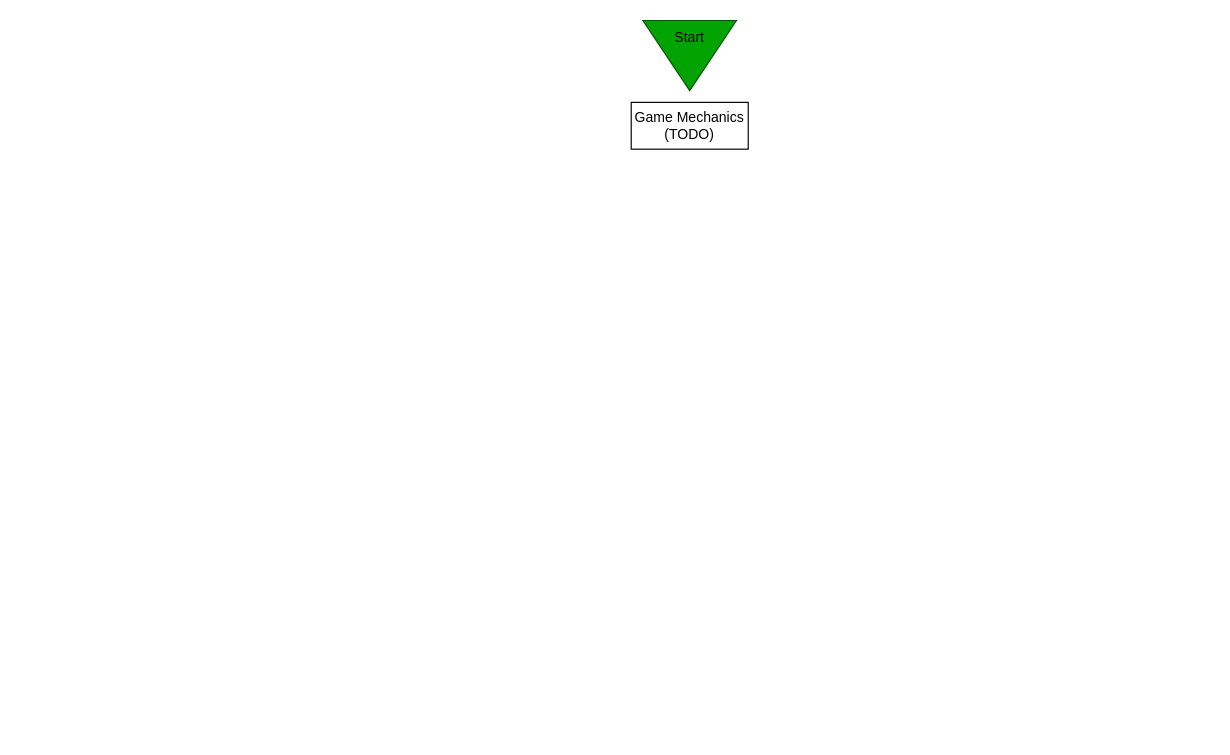
Before: page "Game Mechanics" (6 of 6) of Lesson Diagram.drawio in Kuggo/UnivOREsity, a draw.io diagram. Source tidied: cells renumbered, new cells numbered last; positions are measured from the earlier drawing's top-left corner, leaving out a move shared by most shapes. Both pictures are drawn from the tidied source at 117%, with x=0, y=0 at pixel (631, 8).
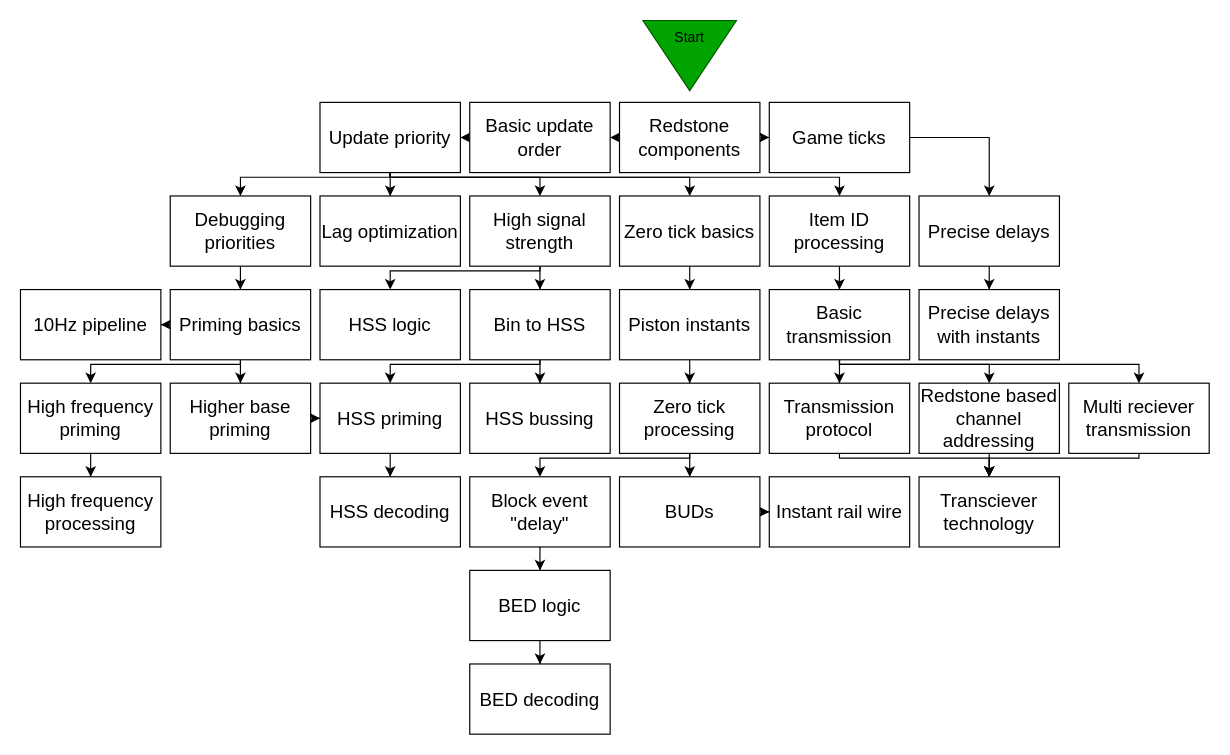
After the change.

The edit, as a diff of the source:
```diff
@@
-    <mxCell id="2" value="Game Mechanics&lt;br&gt;(TODO)" style="rounded=0;whiteSpace=wrap;html=1;" parent="1" vertex="1">
-      <mxGeometry y="80" width="100" height="40" as="geometry" />
-    </mxCell>
@@
+    <mxCell id="5" style="edgeStyle=orthogonalEdgeStyle;rounded=0;jettySize=auto;html=1;entryX=1;entryY=0.5;entryDx=0;entryDy=0;" parent="1" edge="1" source="7" target="9">
+      <mxGeometry relative="1" as="geometry" />
+    </mxCell>
+    <mxCell id="6" style="edgeStyle=orthogonalEdgeStyle;rounded=0;jettySize=auto;html=1;entryX=0;entryY=0.5;entryDx=0;entryDy=0;" parent="1" edge="1" source="7" target="11">
+      <mxGeometry relative="1" as="geometry" />
+    </mxCell>
+    <mxCell id="7" value="&lt;font style=&quot;font-size: 16px;&quot;&gt;Redstone components&lt;/font&gt;" style="rounded=0;whiteSpace=wrap;html=1;" parent="1" vertex="1">
+      <mxGeometry x="-10" y="80" width="120" height="60" as="geometry" />
+    </mxCell>
+    <mxCell id="8" style="edgeStyle=orthogonalEdgeStyle;rounded=0;jettySize=auto;html=1;entryX=1;entryY=0.5;entryDx=0;entryDy=0;" parent="1" edge="1" source="9" target="17">
+      <mxGeometry relative="1" as="geometry" />
+    </mxCell>
+    <mxCell id="9" value="&lt;font style=&quot;font-size: 16px;&quot;&gt;Basic update order&lt;/font&gt;" style="rounded=0;whiteSpace=wrap;html=1;" parent="1" vertex="1">
+      <mxGeometry x="-138" y="80" width="120" height="60" as="geometry" />
+    </mxCell>
+    <mxCell id="10" style="edgeStyle=orthogonalEdgeStyle;rounded=0;jettySize=auto;html=1;entryX=0.5;entryY=0;entryDx=0;entryDy=0;" parent="1" edge="1" source="11" target="30">
+      <mxGeometry relative="1" as="geometry" />
+    </mxCell>
+    <mxCell id="11" value="&lt;font style=&quot;font-size: 16px;&quot;&gt;Game ticks&lt;/font&gt;" style="rounded=0;whiteSpace=wrap;html=1;" parent="1" vertex="1">
+      <mxGeometry x="118" y="80" width="120" height="60" as="geometry" />
+    </mxCell>
+    <mxCell id="12" style="edgeStyle=orthogonalEdgeStyle;rounded=0;jettySize=auto;html=1;entryX=0.5;entryY=0;entryDx=0;entryDy=0;" parent="1" edge="1" source="17" target="20">
+      <mxGeometry relative="1" as="geometry">
+        <Array as="points">
+          <mxPoint x="-206" y="144" />
+          <mxPoint x="-334" y="144" />
+        </Array>
+      </mxGeometry>
+    </mxCell>
+    <mxCell id="13" style="edgeStyle=orthogonalEdgeStyle;rounded=0;jettySize=auto;html=1;entryX=0.5;entryY=0;entryDx=0;entryDy=0;" parent="1" edge="1" source="17" target="18">
+      <mxGeometry relative="1" as="geometry" />
+    </mxCell>
+    <mxCell id="14" style="edgeStyle=orthogonalEdgeStyle;rounded=0;jettySize=auto;html=1;entryX=0.5;entryY=0;entryDx=0;entryDy=0;" parent="1" edge="1" source="17" target="23">
+      <mxGeometry relative="1" as="geometry">
+        <Array as="points">
+          <mxPoint x="-206" y="144" />
+          <mxPoint x="-78" y="144" />
+        </Array>
+      </mxGeometry>
+    </mxCell>
+    <mxCell id="15" style="edgeStyle=orthogonalEdgeStyle;rounded=0;jettySize=auto;html=1;entryX=0.5;entryY=0;entryDx=0;entryDy=0;" parent="1" edge="1" source="17" target="25">
+      <mxGeometry relative="1" as="geometry">
+        <Array as="points">
+          <mxPoint x="-206" y="144" />
+          <mxPoint x="50" y="144" />
+        </Array>
+      </mxGeometry>
+    </mxCell>
+    <mxCell id="16" style="edgeStyle=orthogonalEdgeStyle;rounded=0;jettySize=auto;html=1;entryX=0.5;entryY=0;entryDx=0;entryDy=0;" parent="1" edge="1" source="17" target="28">
+      <mxGeometry relative="1" as="geometry">
+        <Array as="points">
+          <mxPoint x="-206" y="144" />
+          <mxPoint x="178" y="144" />
+        </Array>
+      </mxGeometry>
+    </mxCell>
+    <mxCell id="17" value="&lt;font style=&quot;font-size: 16px;&quot;&gt;Update priority&lt;/font&gt;" style="rounded=0;whiteSpace=wrap;html=1;" parent="1" vertex="1">
+      <mxGeometry x="-266" y="80" width="120" height="60" as="geometry" />
+    </mxCell>
+    <mxCell id="18" value="&lt;font style=&quot;font-size: 16px;&quot;&gt;Lag optimization&lt;/font&gt;" style="rounded=0;whiteSpace=wrap;html=1;" parent="1" vertex="1">
+      <mxGeometry x="-266" y="160" width="120" height="60" as="geometry" />
+    </mxCell>
+    <mxCell id="19" style="edgeStyle=orthogonalEdgeStyle;rounded=0;jettySize=auto;html=1;entryX=0.5;entryY=0;entryDx=0;entryDy=0;" parent="1" edge="1" source="20" target="43">
+      <mxGeometry relative="1" as="geometry" />
+    </mxCell>
+    <mxCell id="20" value="&lt;font style=&quot;font-size: 16px;&quot;&gt;Debugging priorities&lt;/font&gt;" style="rounded=0;whiteSpace=wrap;html=1;" parent="1" vertex="1">
+      <mxGeometry x="-394" y="160" width="120" height="60" as="geometry" />
+    </mxCell>
+    <mxCell id="21" style="edgeStyle=orthogonalEdgeStyle;rounded=0;jettySize=auto;html=1;entryX=0.5;entryY=0;entryDx=0;entryDy=0;" parent="1" edge="1" source="23" target="44">
+      <mxGeometry relative="1" as="geometry">
+        <Array as="points">
+          <mxPoint x="-78" y="224" />
+          <mxPoint x="-206" y="224" />
+        </Array>
+      </mxGeometry>
+    </mxCell>
+    <mxCell id="22" style="edgeStyle=orthogonalEdgeStyle;rounded=0;jettySize=auto;html=1;entryX=0.5;entryY=0;entryDx=0;entryDy=0;" parent="1" edge="1" source="23" target="47">
+      <mxGeometry relative="1" as="geometry" />
+    </mxCell>
+    <mxCell id="23" value="&lt;font style=&quot;font-size: 16px;&quot;&gt;High signal strength&lt;/font&gt;" style="rounded=0;whiteSpace=wrap;html=1;" parent="1" vertex="1">
+      <mxGeometry x="-138" y="160" width="120" height="60" as="geometry" />
+    </mxCell>
+    <mxCell id="24" style="edgeStyle=orthogonalEdgeStyle;rounded=0;jettySize=auto;html=1;entryX=0.5;entryY=0;entryDx=0;entryDy=0;" parent="1" edge="1" source="25" target="32">
+      <mxGeometry relative="1" as="geometry" />
+    </mxCell>
+    <mxCell id="25" value="&lt;font style=&quot;font-size: 16px;&quot;&gt;Zero tick basics&lt;/font&gt;" style="rounded=0;whiteSpace=wrap;html=1;" parent="1" vertex="1">
+      <mxGeometry x="-10" y="160" width="120" height="60" as="geometry" />
+    </mxCell>
+    <mxCell id="26" value="&lt;font style=&quot;font-size: 16px;&quot;&gt;Precise delays with instants&lt;/font&gt;" style="rounded=0;whiteSpace=wrap;html=1;" parent="1" vertex="1">
+      <mxGeometry x="246" y="240" width="120" height="60" as="geometry" />
+    </mxCell>
+    <mxCell id="27" style="edgeStyle=orthogonalEdgeStyle;rounded=0;jettySize=auto;html=1;entryX=0.5;entryY=0;entryDx=0;entryDy=0;" parent="1" edge="1" source="28" target="39">
+      <mxGeometry relative="1" as="geometry" />
+    </mxCell>
+    <mxCell id="28" value="&lt;font style=&quot;font-size: 16px;&quot;&gt;Item ID processing&lt;/font&gt;" style="rounded=0;whiteSpace=wrap;html=1;" parent="1" vertex="1">
+      <mxGeometry x="118" y="160" width="120" height="60" as="geometry" />
+    </mxCell>
+    <mxCell id="29" style="edgeStyle=orthogonalEdgeStyle;rounded=0;jettySize=auto;html=1;entryX=0.5;entryY=0;entryDx=0;entryDy=0;" parent="1" edge="1" source="30" target="26">
+      <mxGeometry relative="1" as="geometry" />
+    </mxCell>
+    <mxCell id="30" value="&lt;span style=&quot;font-size: 16px;&quot;&gt;Precise delays&lt;/span&gt;" style="rounded=0;whiteSpace=wrap;html=1;" parent="1" vertex="1">
+      <mxGeometry x="246" y="160" width="120" height="60" as="geometry" />
+    </mxCell>
+    <mxCell id="31" style="edgeStyle=orthogonalEdgeStyle;rounded=0;jettySize=auto;html=1;entryX=0.5;entryY=0;entryDx=0;entryDy=0;" parent="1" edge="1" source="32" target="35">
+      <mxGeometry relative="1" as="geometry" />
+    </mxCell>
+    <mxCell id="32" value="&lt;font style=&quot;font-size: 16px;&quot;&gt;Piston instants&lt;/font&gt;" style="rounded=0;whiteSpace=wrap;html=1;" parent="1" vertex="1">
+      <mxGeometry x="-10" y="240" width="120" height="60" as="geometry" />
+    </mxCell>
+    <mxCell id="33" style="edgeStyle=orthogonalEdgeStyle;rounded=0;jettySize=auto;html=1;entryX=0.5;entryY=0;entryDx=0;entryDy=0;" parent="1" edge="1" source="35" target="68">
+      <mxGeometry relative="1" as="geometry" />
+    </mxCell>
+    <mxCell id="34" style="edgeStyle=orthogonalEdgeStyle;rounded=0;jettySize=auto;html=1;entryX=0.5;entryY=0;entryDx=0;entryDy=0;" parent="1" edge="1" source="35" target="66">
+      <mxGeometry relative="1" as="geometry">
+        <Array as="points">
+          <mxPoint x="50" y="384" />
+          <mxPoint x="-78" y="384" />
+        </Array>
+      </mxGeometry>
+    </mxCell>
+    <mxCell id="35" value="&lt;font style=&quot;font-size: 16px;&quot;&gt;Zero tick processing&lt;/font&gt;" style="rounded=0;whiteSpace=wrap;html=1;" parent="1" vertex="1">
+      <mxGeometry x="-10" y="320" width="120" height="60" as="geometry" />
+    </mxCell>
+    <mxCell id="36" style="edgeStyle=orthogonalEdgeStyle;rounded=0;jettySize=auto;html=1;entryX=0.5;entryY=0;entryDx=0;entryDy=0;" parent="1" edge="1" source="39" target="59">
+      <mxGeometry relative="1" as="geometry" />
+    </mxCell>
+    <mxCell id="37" style="edgeStyle=orthogonalEdgeStyle;rounded=0;jettySize=auto;html=1;entryX=0.5;entryY=0;entryDx=0;entryDy=0;" parent="1" edge="1" source="39" target="61">
+      <mxGeometry relative="1" as="geometry">
+        <Array as="points">
+          <mxPoint x="178" y="304" />
+          <mxPoint x="306" y="304" />
+        </Array>
+      </mxGeometry>
+    </mxCell>
+    <mxCell id="38" style="edgeStyle=orthogonalEdgeStyle;rounded=0;jettySize=auto;html=1;entryX=0.5;entryY=0;entryDx=0;entryDy=0;" parent="1" edge="1" source="39" target="63">
+      <mxGeometry relative="1" as="geometry">
+        <Array as="points">
+          <mxPoint x="178" y="304" />
+          <mxPoint x="434" y="304" />
+        </Array>
+      </mxGeometry>
+    </mxCell>
+    <mxCell id="39" value="&lt;font style=&quot;font-size: 16px;&quot;&gt;Basic transmission&lt;/font&gt;" style="rounded=0;whiteSpace=wrap;html=1;" parent="1" vertex="1">
+      <mxGeometry x="118" y="240" width="120" height="60" as="geometry" />
+    </mxCell>
+    <mxCell id="40" style="edgeStyle=orthogonalEdgeStyle;rounded=0;jettySize=auto;html=1;entryX=0.5;entryY=0;entryDx=0;entryDy=0;" parent="1" edge="1" source="43" target="49">
+      <mxGeometry relative="1" as="geometry" />
+    </mxCell>
+    <mxCell id="41" style="edgeStyle=orthogonalEdgeStyle;rounded=0;jettySize=auto;html=1;entryX=0.5;entryY=0;entryDx=0;entryDy=0;" parent="1" edge="1" source="43" target="51">
+      <mxGeometry relative="1" as="geometry">
+        <Array as="points">
+          <mxPoint x="-334" y="304" />
+          <mxPoint x="-462" y="304" />
+        </Array>
+      </mxGeometry>
+    </mxCell>
+    <mxCell id="42" style="edgeStyle=orthogonalEdgeStyle;rounded=0;jettySize=auto;html=1;" parent="1" edge="1" source="43" target="52">
+      <mxGeometry relative="1" as="geometry" />
+    </mxCell>
+    <mxCell id="43" value="&lt;font style=&quot;font-size: 16px;&quot;&gt;Priming basics&lt;/font&gt;" style="rounded=0;whiteSpace=wrap;html=1;" parent="1" vertex="1">
+      <mxGeometry x="-394" y="240" width="120" height="60" as="geometry" />
+    </mxCell>
+    <mxCell id="44" value="&lt;font style=&quot;font-size: 16px;&quot;&gt;HSS logic&lt;/font&gt;" style="rounded=0;whiteSpace=wrap;html=1;" parent="1" vertex="1">
+      <mxGeometry x="-266" y="240" width="120" height="60" as="geometry" />
+    </mxCell>
+    <mxCell id="45" style="edgeStyle=orthogonalEdgeStyle;rounded=0;jettySize=auto;html=1;entryX=0.5;entryY=0;entryDx=0;entryDy=0;" parent="1" edge="1" source="47" target="55">
+      <mxGeometry relative="1" as="geometry">
+        <Array as="points">
+          <mxPoint x="-78" y="304" />
+          <mxPoint x="-206" y="304" />
+        </Array>
+      </mxGeometry>
+    </mxCell>
+    <mxCell id="46" style="edgeStyle=orthogonalEdgeStyle;rounded=0;jettySize=auto;html=1;entryX=0.5;entryY=0;entryDx=0;entryDy=0;" parent="1" edge="1" source="47" target="56">
+      <mxGeometry relative="1" as="geometry" />
+    </mxCell>
+    <mxCell id="47" value="&lt;font style=&quot;font-size: 16px;&quot;&gt;Bin to HSS&lt;/font&gt;" style="rounded=0;whiteSpace=wrap;html=1;" parent="1" vertex="1">
+      <mxGeometry x="-138" y="240" width="120" height="60" as="geometry" />
+    </mxCell>
+    <mxCell id="48" style="edgeStyle=orthogonalEdgeStyle;rounded=0;jettySize=auto;html=1;entryX=0;entryY=0.5;entryDx=0;entryDy=0;" parent="1" edge="1" source="49" target="55">
+      <mxGeometry relative="1" as="geometry" />
+    </mxCell>
+    <mxCell id="49" value="&lt;span style=&quot;font-size: 16px;&quot;&gt;Higher base priming&lt;/span&gt;" style="rounded=0;whiteSpace=wrap;html=1;" parent="1" vertex="1">
+      <mxGeometry x="-394" y="320" width="120" height="60" as="geometry" />
+    </mxCell>
+    <mxCell id="50" style="edgeStyle=orthogonalEdgeStyle;rounded=0;jettySize=auto;html=1;entryX=0.5;entryY=0;entryDx=0;entryDy=0;" parent="1" edge="1" source="51" target="53">
+      <mxGeometry relative="1" as="geometry" />
+    </mxCell>
+    <mxCell id="51" value="&lt;span style=&quot;font-size: 16px;&quot;&gt;High frequency priming&lt;/span&gt;" style="rounded=0;whiteSpace=wrap;html=1;" parent="1" vertex="1">
+      <mxGeometry x="-522" y="320" width="120" height="60" as="geometry" />
+    </mxCell>
+    <mxCell id="52" value="&lt;span style=&quot;font-size: 16px;&quot;&gt;10Hz pipeline&lt;/span&gt;" style="rounded=0;whiteSpace=wrap;html=1;" parent="1" vertex="1">
+      <mxGeometry x="-522" y="240" width="120" height="60" as="geometry" />
+    </mxCell>
+    <mxCell id="53" value="&lt;span style=&quot;font-size: 16px;&quot;&gt;High frequency processing&lt;/span&gt;" style="rounded=0;whiteSpace=wrap;html=1;" parent="1" vertex="1">
+      <mxGeometry x="-522" y="400" width="120" height="60" as="geometry" />
+    </mxCell>
+    <mxCell id="54" style="edgeStyle=orthogonalEdgeStyle;rounded=0;jettySize=auto;html=1;entryX=0.5;entryY=0;entryDx=0;entryDy=0;" parent="1" edge="1" source="55" target="57">
+      <mxGeometry relative="1" as="geometry" />
+    </mxCell>
+    <mxCell id="55" value="&lt;font style=&quot;font-size: 16px;&quot;&gt;HSS priming&lt;/font&gt;" style="rounded=0;whiteSpace=wrap;html=1;" parent="1" vertex="1">
+      <mxGeometry x="-266" y="320" width="120" height="60" as="geometry" />
+    </mxCell>
+    <mxCell id="56" value="&lt;font style=&quot;font-size: 16px;&quot;&gt;HSS bussing&lt;/font&gt;" style="rounded=0;whiteSpace=wrap;html=1;" parent="1" vertex="1">
+      <mxGeometry x="-138" y="320" width="120" height="60" as="geometry" />
+    </mxCell>
+    <mxCell id="57" value="&lt;font style=&quot;font-size: 16px;&quot;&gt;HSS decoding&lt;/font&gt;" style="rounded=0;whiteSpace=wrap;html=1;" parent="1" vertex="1">
+      <mxGeometry x="-266" y="400" width="120" height="60" as="geometry" />
+    </mxCell>
+    <mxCell id="58" style="edgeStyle=orthogonalEdgeStyle;rounded=0;jettySize=auto;html=1;entryX=0.5;entryY=0;entryDx=0;entryDy=0;" parent="1" edge="1" source="59" target="64">
+      <mxGeometry relative="1" as="geometry">
+        <Array as="points">
+          <mxPoint x="178" y="384" />
+          <mxPoint x="306" y="384" />
+        </Array>
+      </mxGeometry>
+    </mxCell>
+    <mxCell id="59" value="&lt;font style=&quot;font-size: 16px;&quot;&gt;Transmission protocol&lt;/font&gt;" style="rounded=0;whiteSpace=wrap;html=1;" parent="1" vertex="1">
+      <mxGeometry x="118" y="320" width="120" height="60" as="geometry" />
+    </mxCell>
+    <mxCell id="60" style="edgeStyle=orthogonalEdgeStyle;rounded=0;jettySize=auto;html=1;entryX=0.5;entryY=0;entryDx=0;entryDy=0;" parent="1" edge="1" source="61" target="64">
+      <mxGeometry relative="1" as="geometry" />
+    </mxCell>
+    <mxCell id="61" value="&lt;span style=&quot;font-size: 16px;&quot;&gt;Redstone based channel addressing&lt;/span&gt;" style="rounded=0;whiteSpace=wrap;html=1;" parent="1" vertex="1">
+      <mxGeometry x="246" y="320" width="120" height="60" as="geometry" />
+    </mxCell>
+    <mxCell id="62" style="edgeStyle=orthogonalEdgeStyle;rounded=0;jettySize=auto;html=1;entryX=0.5;entryY=0;entryDx=0;entryDy=0;" parent="1" edge="1" source="63" target="64">
+      <mxGeometry relative="1" as="geometry">
+        <Array as="points">
+          <mxPoint x="434" y="384" />
+          <mxPoint x="306" y="384" />
+        </Array>
+      </mxGeometry>
+    </mxCell>
+    <mxCell id="63" value="&lt;font style=&quot;font-size: 16px;&quot;&gt;Multi reciever transmission&lt;/font&gt;" style="rounded=0;whiteSpace=wrap;html=1;" parent="1" vertex="1">
+      <mxGeometry x="374" y="320" width="120" height="60" as="geometry" />
+    </mxCell>
+    <mxCell id="64" value="&lt;font style=&quot;font-size: 16px;&quot;&gt;Transciever technology&lt;/font&gt;" style="rounded=0;whiteSpace=wrap;html=1;" parent="1" vertex="1">
+      <mxGeometry x="246" y="400" width="120" height="60" as="geometry" />
+    </mxCell>
+    <mxCell id="65" style="edgeStyle=orthogonalEdgeStyle;rounded=0;jettySize=auto;html=1;entryX=0.5;entryY=0;entryDx=0;entryDy=0;" parent="1" edge="1" source="66" target="71">
+      <mxGeometry relative="1" as="geometry" />
+    </mxCell>
+    <mxCell id="66" value="&lt;font style=&quot;font-size: 16px;&quot;&gt;Block event &quot;delay&quot;&lt;/font&gt;" style="rounded=0;whiteSpace=wrap;html=1;" parent="1" vertex="1">
+      <mxGeometry x="-138" y="400" width="120" height="60" as="geometry" />
+    </mxCell>
+    <mxCell id="67" style="edgeStyle=orthogonalEdgeStyle;rounded=0;jettySize=auto;html=1;entryX=0;entryY=0.5;entryDx=0;entryDy=0;" parent="1" edge="1" source="68" target="69">
+      <mxGeometry relative="1" as="geometry" />
+    </mxCell>
+    <mxCell id="68" value="&lt;font style=&quot;font-size: 16px;&quot;&gt;BUDs&lt;/font&gt;" style="rounded=0;whiteSpace=wrap;html=1;" parent="1" vertex="1">
+      <mxGeometry x="-10" y="400" width="120" height="60" as="geometry" />
+    </mxCell>
+    <mxCell id="69" value="&lt;span style=&quot;font-size: 16px;&quot;&gt;Instant rail wire&lt;/span&gt;" style="rounded=0;whiteSpace=wrap;html=1;" parent="1" vertex="1">
+      <mxGeometry x="118" y="400" width="120" height="60" as="geometry" />
+    </mxCell>
+    <mxCell id="70" style="edgeStyle=orthogonalEdgeStyle;rounded=0;jettySize=auto;html=1;entryX=0.5;entryY=0;entryDx=0;entryDy=0;" parent="1" edge="1" source="71" target="72">
+      <mxGeometry relative="1" as="geometry" />
+    </mxCell>
+    <mxCell id="71" value="&lt;font style=&quot;font-size: 16px;&quot;&gt;BED logic&lt;/font&gt;" style="rounded=0;whiteSpace=wrap;html=1;" parent="1" vertex="1">
+      <mxGeometry x="-138" y="480" width="120" height="60" as="geometry" />
+    </mxCell>
+    <mxCell id="72" value="&lt;font style=&quot;font-size: 16px;&quot;&gt;BED decoding&lt;/font&gt;" style="rounded=0;whiteSpace=wrap;html=1;" parent="1" vertex="1">
+      <mxGeometry x="-138" y="560" width="120" height="60" as="geometry" />
+    </mxCell>
```
